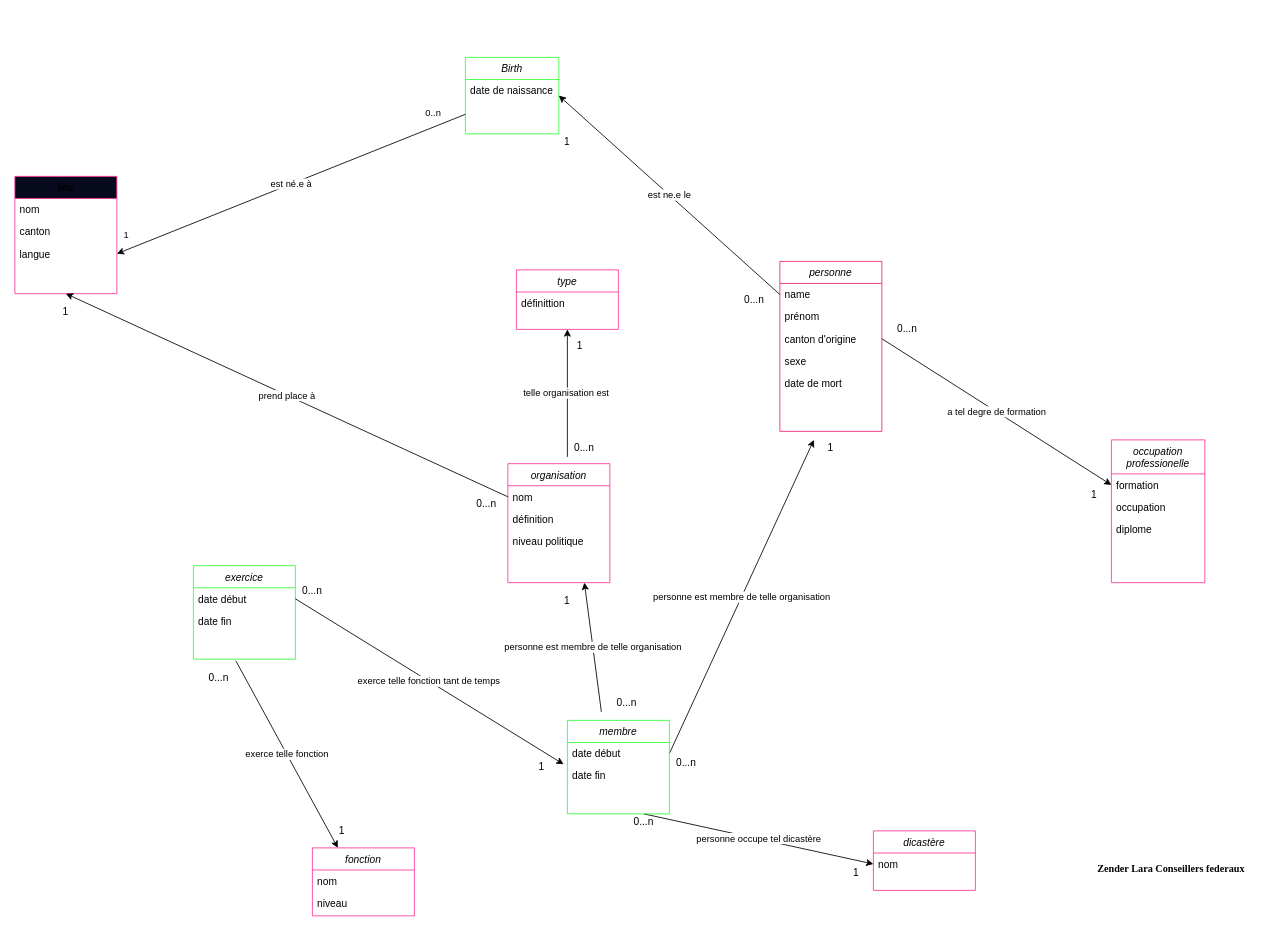
Before: MCD_to_database_conseil_federal.drawio in Sciences-historiques-numeriques/std_conseil_federal, a draw.io diagram. Source tidied: cells renumbered, new cells numbered last; positions are measured from the earlier drawing's top-left corner, leaving out a move shared by most shapes. Both pictures are drawn from the tidied source at 85%, with x=0, y=0 at pixel (14, 57).
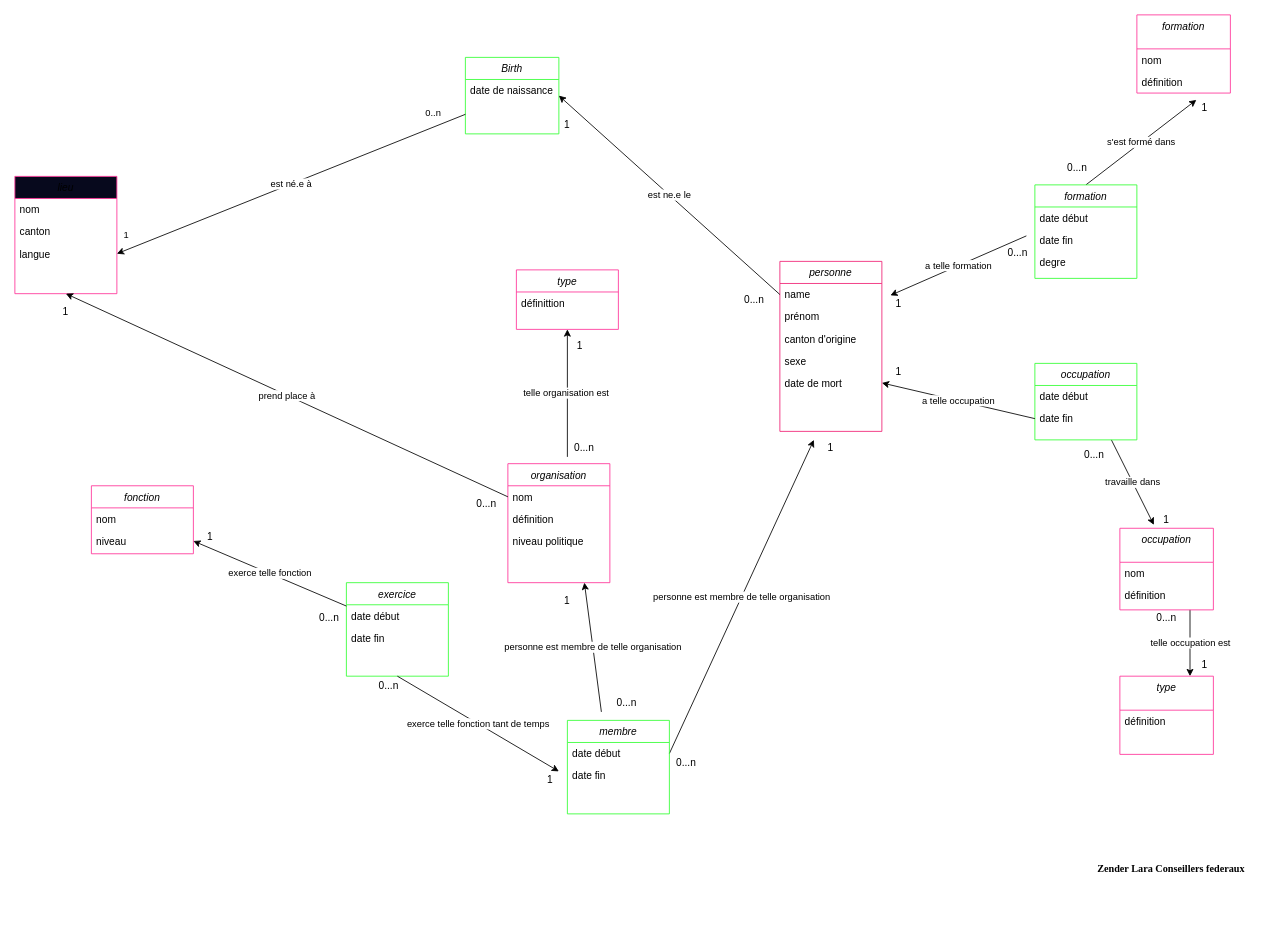
Above is the later version.

Commit message:
mis a jour MCD

The change refers to these unchanged cells:
```xml
<mxCell id="3" value="personne" style="swimlane;fontStyle=2;align=center;verticalAlign=top;horizontal=1;startSize=26;rounded=0;shadow=0;strokeWidth=1;strokeColor=#F02274;" parent="1" vertex="1">
  <mxGeometry x="900" y="240" width="120" height="200" as="geometry" />
</mxCell>
<mxCell id="6" value="canton d'origine" style="text;align=left;verticalAlign=top;spacingLeft=4;spacingRight=4;overflow=hidden;points=[[0,0.5],[1,0.5]];portConstraint=eastwest;rounded=0;shadow=0;html=0;" parent="3" vertex="1">
  <mxGeometry y="78" width="120" height="26" as="geometry" />
</mxCell>
<mxCell id="8" value="date de mort" style="text;align=left;verticalAlign=top;spacingLeft=4;spacingRight=4;overflow=hidden;points=[[0,0.5],[1,0.5]];portConstraint=eastwest;rounded=0;shadow=0;html=0;" parent="3" vertex="1">
  <mxGeometry y="130" width="120" height="26" as="geometry" />
</mxCell>
<mxCell id="39" value="membre" style="swimlane;fontStyle=2;align=center;verticalAlign=top;horizontal=1;startSize=26;rounded=0;shadow=0;strokeWidth=1;strokeColor=#33FF33;" parent="1" vertex="1">
  <mxGeometry x="650" y="780" width="120" height="110" as="geometry" />
</mxCell>
<mxCell id="40" value="date début" style="text;align=left;verticalAlign=top;spacingLeft=4;spacingRight=4;overflow=hidden;points=[[0,0.5],[1,0.5]];portConstraint=eastwest;" parent="39" vertex="1">
  <mxGeometry y="26" width="120" height="26" as="geometry" />
</mxCell>
<mxCell id="47" value="date début" style="text;align=left;verticalAlign=top;spacingLeft=4;spacingRight=4;overflow=hidden;points=[[0,0.5],[1,0.5]];portConstraint=eastwest;" parent="46" vertex="1">
  <mxGeometry y="26" width="120" height="26" as="geometry" />
</mxCell>
<mxCell id="52" value="niveau" style="text;align=left;verticalAlign=top;spacingLeft=4;spacingRight=4;overflow=hidden;points=[[0,0.5],[1,0.5]];portConstraint=eastwest;rounded=0;shadow=0;html=0;" parent="50" vertex="1">
  <mxGeometry y="52" width="120" height="26" as="geometry" />
</mxCell>
```

What changed in the source:
```diff
@@
-    <mxCell id="2" value="a tel degre de formation" style="edgeStyle=none;html=1;exitX=1;exitY=0.5;exitDx=0;exitDy=0;entryX=0;entryY=0.5;entryDx=0;entryDy=0;" parent="1" edge="1" source="6" target="20">
-      <mxGeometry relative="1" as="geometry" />
+    <mxCell id="2" value="s'est formé dans" style="edgeStyle=none;html=1;exitX=0.5;exitY=0;exitDx=0;exitDy=0;" parent="1" edge="1" source="75">
+      <mxGeometry relative="1" as="geometry">
+        <mxPoint x="1390" y="50" as="targetPoint" />
+      </mxGeometry>
     </mxCell>
@@
+    <mxCell id="73" value="a telle formation" style="edgeStyle=none;html=1;entryX=0;entryY=0;entryDx=0;entryDy=0;" parent="3" edge="1" target="94">
+      <mxGeometry relative="1" as="geometry">
+        <mxPoint x="290" y="-30" as="sourcePoint" />
+      </mxGeometry>
+    </mxCell>
@@
-    <mxCell id="19" value="occupation&#10;professionelle" style="swimlane;fontStyle=2;align=center;verticalAlign=top;horizontal=1;startSize=40;rounded=0;shadow=0;strokeWidth=1;strokeColor=#FF3399;" parent="1" vertex="1">
-      <mxGeometry x="1290" y="450" width="110" height="168" as="geometry" />
+    <mxCell id="19" value="formation" style="swimlane;fontStyle=2;align=center;verticalAlign=top;horizontal=1;startSize=40;rounded=0;shadow=0;strokeWidth=1;strokeColor=#FF3399;" parent="1" vertex="1">
+      <mxGeometry x="1320" y="-50" width="110" height="92" as="geometry" />
     </mxCell>
-    <mxCell id="20" value="formation" style="text;align=left;verticalAlign=top;spacingLeft=4;spacingRight=4;overflow=hidden;points=[[0,0.5],[1,0.5]];portConstraint=eastwest;" parent="19" vertex="1">
+    <mxCell id="20" value="nom" style="text;align=left;verticalAlign=top;spacingLeft=4;spacingRight=4;overflow=hidden;points=[[0,0.5],[1,0.5]];portConstraint=eastwest;" parent="19" vertex="1">
       <mxGeometry y="40" width="110" height="26" as="geometry" />
     </mxCell>
-    <mxCell id="21" value="occupation" style="text;align=left;verticalAlign=top;spacingLeft=4;spacingRight=4;overflow=hidden;rounded=0;shadow=0;html=0;" parent="19" vertex="1">
+    <mxCell id="21" value="définition" style="text;align=left;verticalAlign=top;spacingLeft=4;spacingRight=4;overflow=hidden;rounded=0;shadow=0;html=0;" parent="19" vertex="1">
       <mxGeometry y="66" width="110" height="26" as="geometry" />
     </mxCell>
-    <mxCell id="22" value="diplome" style="text;align=left;verticalAlign=top;spacingLeft=4;spacingRight=4;overflow=hidden;rounded=0;shadow=0;html=0;" parent="19" vertex="1">
-      <mxGeometry y="92" width="110" height="26" as="geometry" />
-    </mxCell>
@@
-    <mxCell id="36" value="personne occupe tel dicastère" style="edgeStyle=none;html=1;exitX=0.75;exitY=1;exitDx=0;exitDy=0;entryX=0;entryY=0.5;entryDx=0;entryDy=0;" parent="1" edge="1" source="39" target="44">
-      <mxGeometry relative="1" as="geometry" />
-    </mxCell>
@@
-    <mxCell id="38" value="exerce telle fonction" style="edgeStyle=none;html=1;entryX=0.25;entryY=0;entryDx=0;entryDy=0;" parent="1" edge="1" target="50">
-      <mxGeometry relative="1" as="geometry">
-        <mxPoint x="260" y="710" as="sourcePoint" />
-      </mxGeometry>
-    </mxCell>
@@
-    <mxCell id="43" value="dicastère" style="swimlane;fontStyle=2;align=center;verticalAlign=top;horizontal=1;startSize=26;rounded=0;shadow=0;strokeWidth=1;strokeColor=#FF3399;" parent="1" vertex="1">
-      <mxGeometry x="1010" y="910" width="120" height="70" as="geometry" />
-    </mxCell>
-    <mxCell id="44" value="nom" style="text;align=left;verticalAlign=top;spacingLeft=4;spacingRight=4;overflow=hidden;points=[[0,0.5],[1,0.5]];portConstraint=eastwest;" parent="43" vertex="1">
-      <mxGeometry y="26" width="120" height="26" as="geometry" />
-    </mxCell>
-    <mxCell id="45" style="edgeStyle=elbowEdgeStyle;rounded=0;orthogonalLoop=1;jettySize=auto;elbow=vertical;html=1;exitX=0;exitY=0.5;exitDx=0;exitDy=0;" parent="43" edge="1">
-      <mxGeometry relative="1" as="geometry">
-        <mxPoint y="91" as="sourcePoint" />
-        <mxPoint y="91" as="targetPoint" />
-      </mxGeometry>
-    </mxCell>
     <mxCell id="46" value="exercice" style="swimlane;fontStyle=2;align=center;verticalAlign=top;horizontal=1;startSize=26;rounded=0;shadow=0;strokeWidth=1;strokeColor=#33FF33;" parent="1" vertex="1">
-      <mxGeometry x="210" y="598" width="120" height="110" as="geometry" />
+      <mxGeometry x="390" y="618" width="120" height="110" as="geometry" />
     </mxCell>
@@
     <mxCell id="50" value="fonction" style="swimlane;fontStyle=2;align=center;verticalAlign=top;horizontal=1;startSize=26;rounded=0;shadow=0;strokeWidth=1;strokeColor=#FF3399;" parent="1" vertex="1">
-      <mxGeometry x="350" y="930" width="120" height="80" as="geometry" />
+      <mxGeometry x="90" y="504" width="120" height="80" as="geometry" />
     </mxCell>
@@
     <mxCell id="55" value="1" style="text;strokeColor=none;align=center;fillColor=none;html=1;verticalAlign=middle;whiteSpace=wrap;rounded=0;" parent="1" vertex="1">
-      <mxGeometry x="630" y="90" width="40" height="20" as="geometry" />
+      <mxGeometry x="630" y="70" width="40" height="20" as="geometry" />
     </mxCell>
@@
-    <mxCell id="62" value="exerce telle fonction tant de temps" style="edgeStyle=none;html=1;exitX=1;exitY=0.5;exitDx=0;exitDy=0;entryX=-0.037;entryY=0.985;entryDx=0;entryDy=0;entryPerimeter=0;" parent="1" edge="1" source="47" target="40">
-      <mxGeometry relative="1" as="geometry" />
+    <mxCell id="62" value="exerce telle fonction tant de temps" style="edgeStyle=none;html=1;exitX=0.5;exitY=1;exitDx=0;exitDy=0;" parent="1" edge="1" source="46">
+      <mxGeometry relative="1" as="geometry">
+        <mxPoint x="640" y="840" as="targetPoint" />
+      </mxGeometry>
     </mxCell>
-    <mxCell id="63" value="0...n" style="text;strokeColor=none;align=center;fillColor=none;html=1;verticalAlign=middle;whiteSpace=wrap;rounded=0;" parent="1" vertex="1">
-      <mxGeometry x="330" y="618" width="40" height="20" as="geometry" />
-    </mxCell>
-    <mxCell id="64" value="1" style="text;strokeColor=none;align=center;fillColor=none;html=1;verticalAlign=middle;whiteSpace=wrap;rounded=0;" parent="1" vertex="1">
-      <mxGeometry x="610" y="825" width="20" height="20" as="geometry" />
-    </mxCell>
-    <mxCell id="65" value="0...n" style="text;strokeColor=none;align=center;fillColor=none;html=1;verticalAlign=middle;whiteSpace=wrap;rounded=0;" parent="1" vertex="1">
-      <mxGeometry x="220" y="720" width="40" height="20" as="geometry" />
-    </mxCell>
-    <mxCell id="66" value="1" style="text;strokeColor=none;align=center;fillColor=none;html=1;verticalAlign=middle;whiteSpace=wrap;rounded=0;" parent="1" vertex="1">
-      <mxGeometry x="380" y="900" width="10" height="20" as="geometry" />
-    </mxCell>
@@
     <mxCell id="69" value="0...n" style="text;strokeColor=none;align=center;fillColor=none;html=1;verticalAlign=middle;whiteSpace=wrap;rounded=0;" parent="1" vertex="1">
-      <mxGeometry x="720" y="890" width="40" height="20" as="geometry" />
+      <mxGeometry x="420" y="730" width="40" height="20" as="geometry" />
     </mxCell>
-    <mxCell id="70" value="1" style="text;strokeColor=none;align=center;fillColor=none;html=1;verticalAlign=middle;whiteSpace=wrap;rounded=0;" parent="1" vertex="1">
-      <mxGeometry x="980" y="950" width="20" height="20" as="geometry" />
-    </mxCell>
     <mxCell id="71" value="0...n" style="text;strokeColor=none;align=center;fillColor=none;html=1;verticalAlign=middle;whiteSpace=wrap;rounded=0;" parent="1" vertex="1">
-      <mxGeometry x="1030" y="310" width="40" height="20" as="geometry" />
+      <mxGeometry x="1230" y="120" width="40" height="20" as="geometry" />
     </mxCell>
     <mxCell id="72" value="1" style="text;strokeColor=none;align=center;fillColor=none;html=1;verticalAlign=middle;whiteSpace=wrap;rounded=0;" parent="1" vertex="1">
-      <mxGeometry x="1260" y="505" width="20" height="20" as="geometry" />
+      <mxGeometry x="1390" y="50" width="20" height="20" as="geometry" />
     </mxCell>
+    <mxCell id="38" value="exerce telle fonction" style="edgeStyle=none;html=1;entryX=1;entryY=0.5;entryDx=0;entryDy=0;exitX=0;exitY=0.25;exitDx=0;exitDy=0;" parent="1" edge="1" source="46" target="52">
+      <mxGeometry relative="1" as="geometry" />
+    </mxCell>
+    <mxCell id="74" value="0...n" style="text;strokeColor=none;align=center;fillColor=none;html=1;verticalAlign=middle;whiteSpace=wrap;rounded=0;" parent="1" vertex="1">
+      <mxGeometry x="350" y="650" width="40" height="20" as="geometry" />
+    </mxCell>
+    <mxCell id="75" value="formation" style="swimlane;fontStyle=2;align=center;verticalAlign=top;horizontal=1;startSize=26;rounded=0;shadow=0;strokeWidth=1;strokeColor=#33FF33;" parent="1" vertex="1">
+      <mxGeometry x="1200" y="150" width="120" height="110" as="geometry" />
+    </mxCell>
+    <mxCell id="76" value="date début" style="text;align=left;verticalAlign=top;spacingLeft=4;spacingRight=4;overflow=hidden;" parent="75" vertex="1">
+      <mxGeometry y="26" width="120" height="26" as="geometry" />
+    </mxCell>
+    <mxCell id="77" value="date fin" style="text;align=left;verticalAlign=top;spacingLeft=4;spacingRight=4;overflow=hidden;rounded=0;shadow=0;html=0;" parent="75" vertex="1">
+      <mxGeometry y="52" width="120" height="26" as="geometry" />
+    </mxCell>
+    <mxCell id="78" style="edgeStyle=elbowEdgeStyle;rounded=0;orthogonalLoop=1;jettySize=auto;elbow=vertical;html=1;exitX=0;exitY=0.5;exitDx=0;exitDy=0;" parent="75" edge="1">
+      <mxGeometry relative="1" as="geometry">
+        <mxPoint y="91" as="sourcePoint" />
+        <mxPoint y="91" as="targetPoint" />
+      </mxGeometry>
+    </mxCell>
+    <mxCell id="79" value="degre" style="text;align=left;verticalAlign=top;spacingLeft=4;spacingRight=4;overflow=hidden;rounded=0;shadow=0;html=0;" parent="75" vertex="1">
+      <mxGeometry y="78" width="120" height="26" as="geometry" />
+    </mxCell>
+    <mxCell id="80" value="telle occupation est" style="edgeStyle=none;html=1;exitX=0.75;exitY=1;exitDx=0;exitDy=0;entryX=0.75;entryY=0;entryDx=0;entryDy=0;" parent="1" edge="1" source="81" target="89">
+      <mxGeometry relative="1" as="geometry" />
+    </mxCell>
+    <mxCell id="81" value="occupation" style="swimlane;fontStyle=2;align=center;verticalAlign=top;horizontal=1;startSize=40;rounded=0;shadow=0;strokeWidth=1;strokeColor=#FF3399;" parent="1" vertex="1">
+      <mxGeometry x="1300" y="554" width="110" height="96" as="geometry" />
+    </mxCell>
+    <mxCell id="44" value="nom" style="text;align=left;verticalAlign=top;spacingLeft=4;spacingRight=4;overflow=hidden;points=[[0,0.5],[1,0.5]];portConstraint=eastwest;" parent="81" vertex="1">
+      <mxGeometry y="40" width="110" height="26" as="geometry" />
+    </mxCell>
+    <mxCell id="82" value="définition" style="text;align=left;verticalAlign=top;spacingLeft=4;spacingRight=4;overflow=hidden;rounded=0;shadow=0;html=0;" parent="81" vertex="1">
+      <mxGeometry y="66" width="110" height="26" as="geometry" />
+    </mxCell>
+    <mxCell id="83" value="travaille dans" style="edgeStyle=none;html=1;exitX=0.75;exitY=1;exitDx=0;exitDy=0;" parent="1" edge="1" source="84">
+      <mxGeometry relative="1" as="geometry">
+        <mxPoint x="1340" y="550" as="targetPoint" />
+      </mxGeometry>
+    </mxCell>
+    <mxCell id="84" value="occupation" style="swimlane;fontStyle=2;align=center;verticalAlign=top;horizontal=1;startSize=26;rounded=0;shadow=0;strokeWidth=1;strokeColor=#33FF33;" parent="1" vertex="1">
+      <mxGeometry x="1200" y="360" width="120" height="90" as="geometry" />
+    </mxCell>
+    <mxCell id="85" value="date début" style="text;align=left;verticalAlign=top;spacingLeft=4;spacingRight=4;overflow=hidden;" parent="84" vertex="1">
+      <mxGeometry y="26" width="120" height="26" as="geometry" />
+    </mxCell>
+    <mxCell id="86" value="date fin" style="text;align=left;verticalAlign=top;spacingLeft=4;spacingRight=4;overflow=hidden;points=[[0,0.5],[1,0.5]];portConstraint=eastwest;rounded=0;shadow=0;html=0;" parent="84" vertex="1">
+      <mxGeometry y="52" width="120" height="26" as="geometry" />
+    </mxCell>
+    <mxCell id="87" style="edgeStyle=elbowEdgeStyle;rounded=0;orthogonalLoop=1;jettySize=auto;elbow=vertical;html=1;exitX=0;exitY=0.5;exitDx=0;exitDy=0;" parent="84" edge="1">
+      <mxGeometry relative="1" as="geometry">
+        <mxPoint y="91" as="sourcePoint" />
+        <mxPoint y="91" as="targetPoint" />
+      </mxGeometry>
+    </mxCell>
+    <mxCell id="88" value="a telle occupation" style="edgeStyle=none;html=1;exitX=0;exitY=0.5;exitDx=0;exitDy=0;entryX=1;entryY=0.5;entryDx=0;entryDy=0;" parent="1" edge="1" source="86" target="8">
+      <mxGeometry relative="1" as="geometry" />
+    </mxCell>
+    <mxCell id="89" value="type" style="swimlane;fontStyle=2;align=center;verticalAlign=top;horizontal=1;startSize=40;rounded=0;shadow=0;strokeWidth=1;strokeColor=#FF3399;" parent="1" vertex="1">
+      <mxGeometry x="1300" y="728" width="110" height="92" as="geometry" />
+    </mxCell>
+    <mxCell id="90" value="définition" style="text;align=left;verticalAlign=top;spacingLeft=4;spacingRight=4;overflow=hidden;rounded=0;shadow=0;html=0;" parent="89" vertex="1">
+      <mxGeometry y="40" width="110" height="26" as="geometry" />
+    </mxCell>
+    <mxCell id="91" value="0...n" style="text;strokeColor=none;align=center;fillColor=none;html=1;verticalAlign=middle;whiteSpace=wrap;rounded=0;" parent="1" vertex="1">
+      <mxGeometry x="1160" y="220" width="40" height="20" as="geometry" />
+    </mxCell>
+    <mxCell id="92" value="0...n" style="text;strokeColor=none;align=center;fillColor=none;html=1;verticalAlign=middle;whiteSpace=wrap;rounded=0;" parent="1" vertex="1">
+      <mxGeometry x="1250" y="458" width="40" height="20" as="geometry" />
+    </mxCell>
+    <mxCell id="93" value="0...n" style="text;strokeColor=none;align=center;fillColor=none;html=1;verticalAlign=middle;whiteSpace=wrap;rounded=0;" parent="1" vertex="1">
+      <mxGeometry x="1335" y="650" width="40" height="20" as="geometry" />
+    </mxCell>
+    <mxCell id="94" value="1" style="text;strokeColor=none;align=center;fillColor=none;html=1;verticalAlign=middle;whiteSpace=wrap;rounded=0;" parent="1" vertex="1">
+      <mxGeometry x="1030" y="280" width="20" height="20" as="geometry" />
+    </mxCell>
+    <mxCell id="95" value="1" style="text;strokeColor=none;align=center;fillColor=none;html=1;verticalAlign=middle;whiteSpace=wrap;rounded=0;" parent="1" vertex="1">
+      <mxGeometry x="1030" y="360" width="20" height="20" as="geometry" />
+    </mxCell>
+    <mxCell id="96" value="1" style="text;strokeColor=none;align=center;fillColor=none;html=1;verticalAlign=middle;whiteSpace=wrap;rounded=0;" parent="1" vertex="1">
+      <mxGeometry x="1345" y="534" width="20" height="20" as="geometry" />
+    </mxCell>
+    <mxCell id="97" value="1" style="text;strokeColor=none;align=center;fillColor=none;html=1;verticalAlign=middle;whiteSpace=wrap;rounded=0;" parent="1" vertex="1">
+      <mxGeometry x="1390" y="705" width="20" height="20" as="geometry" />
+    </mxCell>
+    <mxCell id="98" value="1" style="text;strokeColor=none;align=center;fillColor=none;html=1;verticalAlign=middle;whiteSpace=wrap;rounded=0;" parent="1" vertex="1">
+      <mxGeometry x="610" y="840" width="40" height="20" as="geometry" />
+    </mxCell>
+    <mxCell id="99" value="1" style="text;strokeColor=none;align=center;fillColor=none;html=1;verticalAlign=middle;whiteSpace=wrap;rounded=0;" parent="1" vertex="1">
+      <mxGeometry x="210" y="554" width="40" height="20" as="geometry" />
+    </mxCell>
```
